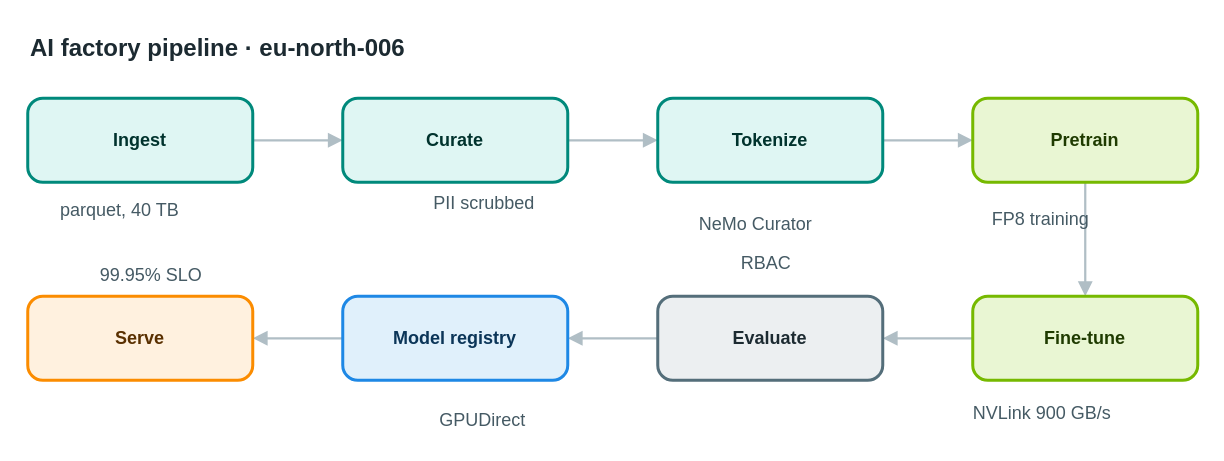
Above: apps/web/public/samples/library/006-ai-factory-pipeline.drawio in AryanG01/open-apprentice (draw.io), before the change. Source tidied: cells renumbered, new cells numbered last; positions are measured from the earlier drawing's top-left corner, leaving out a move shared by most shapes. Both pictures are drawn from the tidied source at 150%, with x=0, y=0 at pixel (27, 26).
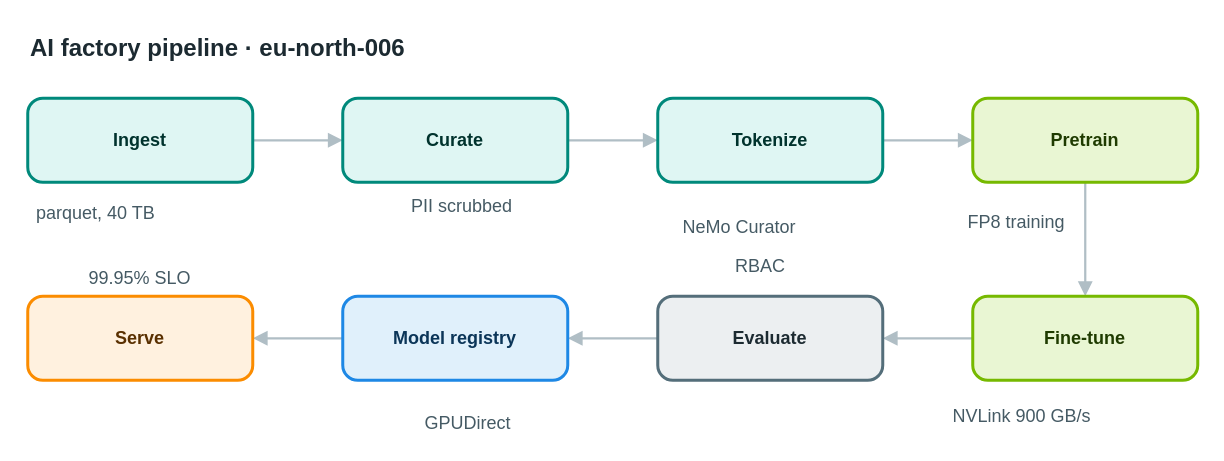
The same diagram, later.

Change to the diagram source:
```diff
@@
-    <mxCell id="18" value="parquet, 40 TB" style="text;html=1;align=center;verticalAlign=middle;whiteSpace=nowrap;strokeColor=none;fillColor=none;fontSize=12;fontColor=#455a64;" parent="1" vertex="1">
+    <mxCell id="18" value="parquet, 40 TB" style="text;html=1;align=left;verticalAlign=top;whiteSpace=nowrap;spacing=0;spacingTop=0;strokeColor=none;fillColor=none;fontSize=12;fontColor=#455a64;" parent="1" vertex="1">
       <mxGeometry x="6" y="113" width="110" height="20" as="geometry" />
     </mxCell>
-    <mxCell id="19" value="PII scrubbed" style="text;html=1;align=center;verticalAlign=middle;whiteSpace=nowrap;strokeColor=none;fillColor=none;fontSize=12;fontColor=#455a64;" parent="1" vertex="1">
+    <mxCell id="19" value="PII scrubbed" style="text;html=1;align=left;verticalAlign=top;whiteSpace=nowrap;spacing=0;spacingTop=0;strokeColor=none;fillColor=none;fontSize=12;fontColor=#455a64;" parent="1" vertex="1">
       <mxGeometry x="256" y="108" width="96" height="20" as="geometry" />
     </mxCell>
-    <mxCell id="20" value="NeMo Curator" style="text;html=1;align=center;verticalAlign=middle;whiteSpace=nowrap;strokeColor=none;fillColor=none;fontSize=12;fontColor=#455a64;" parent="1" vertex="1">
+    <mxCell id="20" value="NeMo Curator" style="text;html=1;align=left;verticalAlign=top;whiteSpace=nowrap;spacing=0;spacingTop=0;strokeColor=none;fillColor=none;fontSize=12;fontColor=#455a64;" parent="1" vertex="1">
       <mxGeometry x="437" y="122" width="96" height="20" as="geometry" />
     </mxCell>
-    <mxCell id="21" value="FP8 training" style="text;html=1;align=center;verticalAlign=middle;whiteSpace=nowrap;strokeColor=none;fillColor=none;fontSize=12;fontColor=#455a64;" parent="1" vertex="1">
+    <mxCell id="21" value="FP8 training" style="text;html=1;align=left;verticalAlign=top;whiteSpace=nowrap;spacing=0;spacingTop=0;strokeColor=none;fillColor=none;fontSize=12;fontColor=#455a64;" parent="1" vertex="1">
       <mxGeometry x="627" y="119" width="96" height="20" as="geometry" />
     </mxCell>
-    <mxCell id="22" value="NVLink 900 GB/s" style="text;html=1;align=center;verticalAlign=middle;whiteSpace=nowrap;strokeColor=none;fillColor=none;fontSize=12;fontColor=#455a64;" parent="1" vertex="1">
+    <mxCell id="22" value="NVLink 900 GB/s" style="text;html=1;align=left;verticalAlign=top;whiteSpace=nowrap;spacing=0;spacingTop=0;strokeColor=none;fillColor=none;fontSize=12;fontColor=#455a64;" parent="1" vertex="1">
       <mxGeometry x="617" y="248" width="117" height="20" as="geometry" />
     </mxCell>
-    <mxCell id="23" value="RBAC" style="text;html=1;align=center;verticalAlign=middle;whiteSpace=nowrap;strokeColor=none;fillColor=none;fontSize=12;fontColor=#455a64;" parent="1" vertex="1">
+    <mxCell id="23" value="RBAC" style="text;html=1;align=left;verticalAlign=top;whiteSpace=nowrap;spacing=0;spacingTop=0;strokeColor=none;fillColor=none;fontSize=12;fontColor=#455a64;" parent="1" vertex="1">
       <mxGeometry x="472" y="148" width="40" height="20" as="geometry" />
     </mxCell>
-    <mxCell id="24" value="GPUDirect" style="text;html=1;align=center;verticalAlign=middle;whiteSpace=nowrap;strokeColor=none;fillColor=none;fontSize=12;fontColor=#455a64;" parent="1" vertex="1">
+    <mxCell id="24" value="GPUDirect" style="text;html=1;align=left;verticalAlign=top;whiteSpace=nowrap;spacing=0;spacingTop=0;strokeColor=none;fillColor=none;fontSize=12;fontColor=#455a64;" parent="1" vertex="1">
       <mxGeometry x="265" y="253" width="75" height="20" as="geometry" />
     </mxCell>
-    <mxCell id="25" value="99.95% SLO" style="text;html=1;align=center;verticalAlign=middle;whiteSpace=nowrap;strokeColor=none;fillColor=none;fontSize=12;fontColor=#455a64;" parent="1" vertex="1">
+    <mxCell id="25" value="99.95% SLO" style="text;html=1;align=left;verticalAlign=top;whiteSpace=nowrap;spacing=0;spacingTop=0;strokeColor=none;fillColor=none;fontSize=12;fontColor=#455a64;" parent="1" vertex="1">
       <mxGeometry x="41" y="156" width="82" height="20" as="geometry" />
     </mxCell>
```
